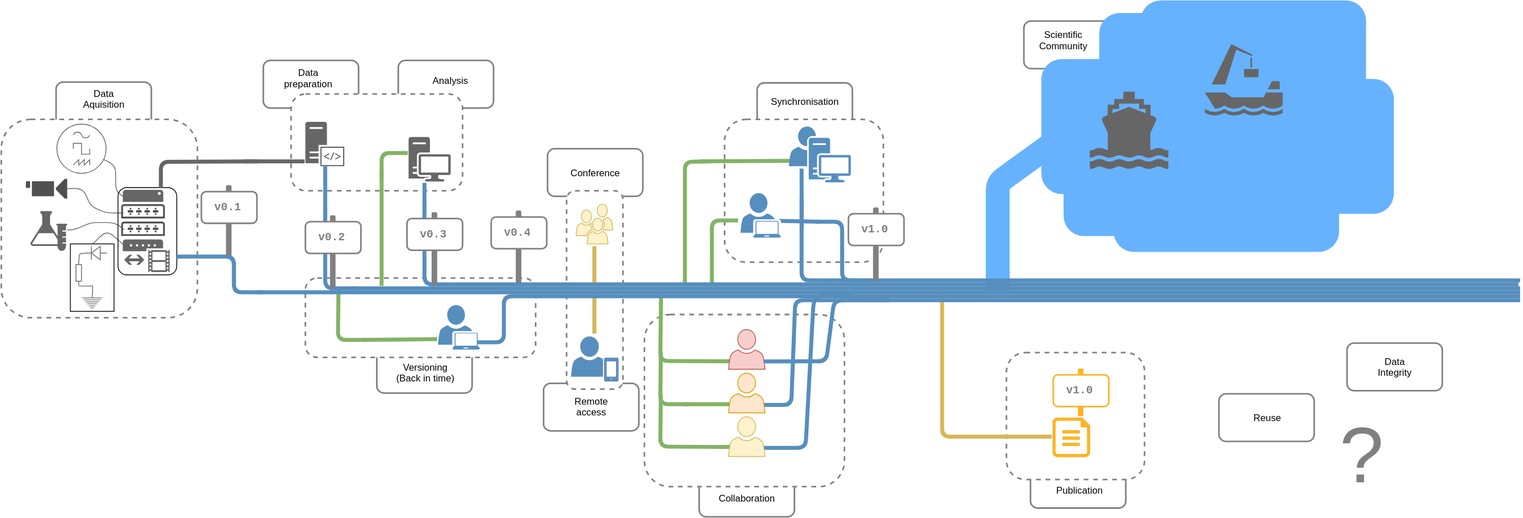
This is 201800_GIN_Paper/GIN_Data_Flow_DRAFT_03.svg from mpsonntag/prespost, a draw.io export, as it was before one commit. Source tidied: cells renumbered, new cells last; positions are measured from the earlier drawing's top-left corner, leaving out a move shared by most shapes.
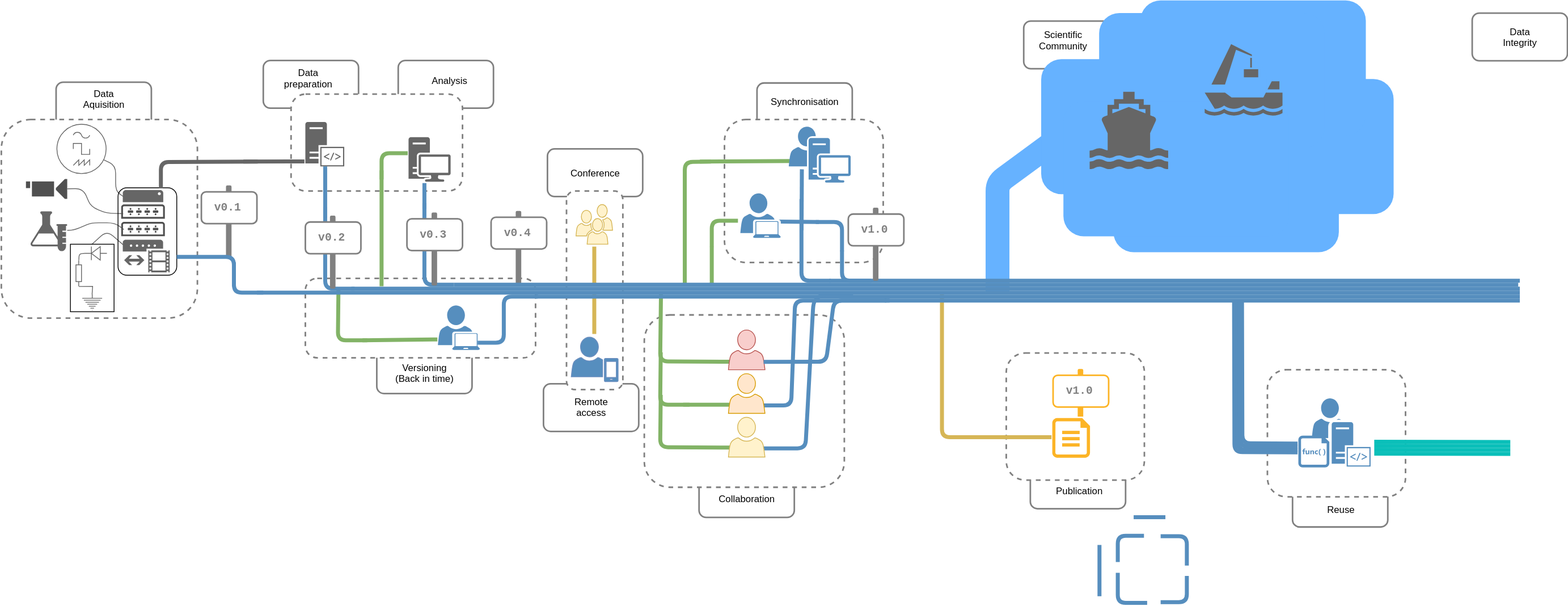
The same diagram one commit later.

Commit message:
201800 GIN v3 add Reuse

Diff of the diagram source:
```diff
@@ -2,6 +2,12 @@
   <root>
     <mxCell id="0" />
     <mxCell id="1" parent="0" />
+    <mxCell id="36" style="rounded=1;whiteSpace=wrap;html=1;strokeColor=#808080;strokeWidth=2;fillColor=none;gradientColor=none;" parent="1" vertex="1">
+      <mxGeometry x="1626.7" y="603" width="120" height="60" as="geometry" />
+    </mxCell>
+    <mxCell id="161" style="rounded=1;whiteSpace=wrap;html=1;dashed=1;strokeColor=#808080;strokeWidth=2;fillColor=#ffffff;gradientColor=none;fontSize=14;fontColor=#808080;" parent="1" vertex="1">
+      <mxGeometry x="1595" y="465" width="174" height="160" as="geometry" />
+    </mxCell>
     <mxCell id="2" style="rounded=1;whiteSpace=wrap;html=1;strokeColor=#808080;strokeWidth=2;fillColor=none;gradientColor=none;" parent="1" vertex="1">
       <mxGeometry x="1288" y="26" width="120" height="60" as="geometry" />
     </mxCell>
@@ -116,16 +122,13 @@
       <mxGeometry x="992" y="117" width="40" height="20" as="geometry" />
     </mxCell>
     <mxCell id="34" style="rounded=1;whiteSpace=wrap;html=1;strokeColor=#808080;strokeWidth=2;fillColor=none;gradientColor=none;" parent="1" vertex="1">
-      <mxGeometry x="1695" y="432" width="120" height="60" as="geometry" />
+      <mxGeometry x="1853" y="16" width="120" height="60" as="geometry" />
     </mxCell>
     <mxCell id="35" value="Data Integrity" style="text;html=1;strokeColor=none;fillColor=none;align=center;verticalAlign=middle;whiteSpace=wrap;rounded=0;" parent="1" vertex="1">
-      <mxGeometry x="1735" y="452" width="40" height="20" as="geometry" />
+      <mxGeometry x="1893" y="36" width="40" height="20" as="geometry" />
     </mxCell>
-    <mxCell id="36" style="rounded=1;whiteSpace=wrap;html=1;strokeColor=#808080;strokeWidth=2;fillColor=none;gradientColor=none;" parent="1" vertex="1">
-      <mxGeometry x="1533.7" y="496" width="120" height="60" as="geometry" />
-    </mxCell>
     <mxCell id="37" value="Reuse" style="text;html=1;strokeColor=none;fillColor=none;align=center;verticalAlign=middle;whiteSpace=wrap;rounded=0;" parent="1" vertex="1">
-      <mxGeometry x="1573.7" y="516" width="40" height="20" as="geometry" />
+      <mxGeometry x="1666.7" y="631" width="40" height="20" as="geometry" />
     </mxCell>
     <mxCell id="38" value="Data preparation" style="text;html=1;strokeColor=none;fillColor=none;align=center;verticalAlign=middle;whiteSpace=wrap;rounded=0;" parent="1" vertex="1">
       <mxGeometry x="367" y="88.7" width="40" height="20" as="geometry" />
@@ -543,7 +546,7 @@
         <mxPoint x="1030.1" y="279" as="targetPoint" />
       </mxGeometry>
     </mxCell>
-    <mxCell id="129" style="group;" parent="1" vertex="1">
+    <mxCell id="129" style="group;fillColor=none;" parent="1" vertex="1">
       <mxGeometry x="931" y="243" width="51" height="56" as="geometry" />
     </mxCell>
     <mxCell id="130" style="shadow=0;dashed=0;html=1;strokeColor=none;labelPosition=center;verticalLabelPosition=bottom;verticalAlign=top;shape=mxgraph.office.users.user;fillColor=#568EBE;" parent="129" vertex="1">
@@ -688,8 +691,129 @@
     <mxCell id="159" style="verticalLabelPosition=bottom;html=1;verticalAlign=top;strokeColor=none;fillColor=#FCB426;shape=mxgraph.azure.file;" parent="153" vertex="1">
       <mxGeometry x="1" y="1.8" width="47.5" height="50" as="geometry" />
     </mxCell>
-    <mxCell id="160" value="&lt;font style=&quot;font-size: 100px&quot;&gt;?&lt;/font&gt;" style="text;html=1;align=left;verticalAlign=top;spacingTop=-4;fontSize=14;fontColor=#808080;" parent="1" vertex="1">
-      <mxGeometry x="1684" y="510" width="70" height="50" as="geometry" />
-    </mxCell>
+    <mxCell id="162" style="shadow=0;dashed=0;html=1;strokeColor=none;labelPosition=center;verticalLabelPosition=bottom;verticalAlign=top;shape=mxgraph.office.users.user;fillColor=#568EBE;" parent="1" vertex="1">
+      <mxGeometry x="1651" y="501" width="46" height="50" as="geometry" />
+    </mxCell>
+    <mxCell id="163" style="endArrow=none;html=1;strokeColor=#568EBE;strokeWidth=5;" parent="1" edge="1">
+      <mxGeometry relative="1" as="geometry">
+        <mxPoint x="1426.5" y="650.6" as="sourcePoint" />
+        <mxPoint x="1466.5" y="650.6" as="targetPoint" />
+      </mxGeometry>
+    </mxCell>
+    <mxCell id="164" style="endArrow=none;html=1;strokeColor=#568EBE;strokeWidth=5;" parent="1" edge="1">
+      <mxGeometry relative="1" as="geometry">
+        <mxPoint x="1493.5" y="724.6" as="sourcePoint" />
+        <mxPoint x="1460.5" y="757.6" as="targetPoint" />
+        <Array as="points">
+          <mxPoint x="1493.5" y="757.6" />
+        </Array>
+      </mxGeometry>
+    </mxCell>
+    <mxCell id="165" style="endArrow=none;html=1;strokeColor=#568EBE;strokeWidth=5;" parent="1" edge="1">
+      <mxGeometry relative="1" as="geometry">
+        <mxPoint x="1493.5" y="711.6" as="sourcePoint" />
+        <mxPoint x="1460.5" y="674.6" as="targetPoint" />
+        <Array as="points">
+          <mxPoint x="1493.5" y="674.6" />
+          <mxPoint x="1460.5" y="674.6" />
+        </Array>
+      </mxGeometry>
+    </mxCell>
+    <mxCell id="166" style="endArrow=none;html=1;strokeColor=#568EBE;strokeWidth=5;" parent="1" edge="1">
+      <mxGeometry relative="1" as="geometry">
+        <mxPoint x="1443.5" y="758.6" as="sourcePoint" />
+        <mxPoint x="1406.5" y="720.6" as="targetPoint" />
+        <Array as="points">
+          <mxPoint x="1406.5" y="758.6" />
+        </Array>
+      </mxGeometry>
+    </mxCell>
+    <mxCell id="167" style="endArrow=none;html=1;strokeColor=#568EBE;strokeWidth=5;fillColor=#fff2cc;" parent="1" edge="1">
+      <mxGeometry relative="1" as="geometry">
+        <mxPoint x="1439.5" y="674.1" as="sourcePoint" />
+        <mxPoint x="1406.5" y="707.1" as="targetPoint" />
+        <Array as="points">
+          <mxPoint x="1406.5" y="674.1" />
+        </Array>
+      </mxGeometry>
+    </mxCell>
+    <mxCell id="168" style="endArrow=none;html=1;strokeColor=#568EBE;strokeWidth=5;fontSize=14;fontColor=#808080;" parent="1" edge="1">
+      <mxGeometry relative="1" as="geometry">
+        <mxPoint x="1383.4" y="750.2" as="sourcePoint" />
+        <mxPoint x="1383.4" y="685.6" as="targetPoint" />
+      </mxGeometry>
+    </mxCell>
+    <mxCell id="169" style="endArrow=none;html=1;strokeColor=#568EBE;strokeWidth=5;" parent="1" edge="1">
+      <mxGeometry relative="1" as="geometry">
+        <mxPoint x="1633" y="569" as="sourcePoint" />
+        <mxPoint x="1553" y="380" as="targetPoint" />
+        <Array as="points">
+          <mxPoint x="1553.5" y="568.6" />
+        </Array>
+      </mxGeometry>
+    </mxCell>
+    <mxCell id="170" style="endArrow=none;html=1;strokeColor=#568EBE;strokeWidth=5;" parent="1" edge="1">
+      <mxGeometry relative="1" as="geometry">
+        <mxPoint x="1633" y="566" as="sourcePoint" />
+        <mxPoint x="1557" y="380" as="targetPoint" />
+        <Array as="points">
+          <mxPoint x="1557.5" y="565.6" />
+        </Array>
+      </mxGeometry>
+    </mxCell>
+    <mxCell id="171" style="endArrow=none;html=1;strokeColor=#568EBE;strokeWidth=5;" parent="1" edge="1">
+      <mxGeometry relative="1" as="geometry">
+        <mxPoint x="1633" y="562" as="sourcePoint" />
+        <mxPoint x="1560" y="380" as="targetPoint" />
+        <Array as="points">
+          <mxPoint x="1560.5" y="561.6" />
+        </Array>
+      </mxGeometry>
+    </mxCell>
+    <mxCell id="172" style="endArrow=none;html=1;strokeColor=#568EBE;strokeWidth=5;" parent="1" edge="1">
+      <mxGeometry relative="1" as="geometry">
+        <mxPoint x="1633" y="558" as="sourcePoint" />
+        <mxPoint x="1563" y="380" as="targetPoint" />
+        <Array as="points">
+          <mxPoint x="1563.5" y="557.6" />
+        </Array>
+      </mxGeometry>
+    </mxCell>
+    <mxCell id="173" style="endArrow=none;html=1;strokeColor=#0ABFB9;strokeWidth=5;fillColor=#dae8fc;" parent="1" edge="1">
+      <mxGeometry relative="1" as="geometry">
+        <mxPoint x="1714.7" y="555.6" as="sourcePoint" />
+        <mxPoint x="1901" y="556" as="targetPoint" />
+      </mxGeometry>
+    </mxCell>
+    <mxCell id="174" style="endArrow=none;html=1;strokeColor=#0ABFB9;strokeWidth=5;fillColor=#dae8fc;" parent="1" edge="1">
+      <mxGeometry relative="1" as="geometry">
+        <mxPoint x="1714.7" y="560.6" as="sourcePoint" />
+        <mxPoint x="1901" y="561" as="targetPoint" />
+      </mxGeometry>
+    </mxCell>
+    <mxCell id="175" style="endArrow=none;html=1;strokeColor=#0ABFB9;strokeWidth=5;fillColor=#dae8fc;" parent="1" edge="1">
+      <mxGeometry relative="1" as="geometry">
+        <mxPoint x="1714.7" y="565.6" as="sourcePoint" />
+        <mxPoint x="1901" y="566" as="targetPoint" />
+      </mxGeometry>
+    </mxCell>
+    <mxCell id="176" style="endArrow=none;html=1;strokeColor=#0ABFB9;strokeWidth=5;fillColor=#dae8fc;" parent="1" edge="1">
+      <mxGeometry relative="1" as="geometry">
+        <mxPoint x="1714.7" y="570.6" as="sourcePoint" />
+        <mxPoint x="1901" y="571" as="targetPoint" />
+      </mxGeometry>
+    </mxCell>
+    <mxCell id="177" style="group;" parent="1" vertex="1">
+      <mxGeometry x="1639.6" y="529" width="90" height="60" as="geometry" />
+    </mxCell>
+    <mxCell id="178" style="rounded=1;whiteSpace=wrap;html=1;shadow=0;strokeColor=none;strokeWidth=1;fillColor=#ffffff;gradientColor=none;fontSize=14;fontColor=#808080;" parent="177" vertex="1">
+      <mxGeometry x="32" y="-1" width="58" height="60" as="geometry" />
+    </mxCell>
+    <mxCell id="179" style="shadow=0;dashed=0;html=1;strokeColor=none;shape=mxgraph.mscae.enterprise.code_file;fillColor=#568EBE;" parent="177" vertex="1">
+      <mxGeometry x="-5.6" y="19" width="39" height="40" as="geometry" />
+    </mxCell>
+    <mxCell id="180" style="shadow=0;dashed=0;html=1;strokeColor=none;fillColor=#568EBE;labelPosition=center;verticalLabelPosition=bottom;verticalAlign=top;shape=mxgraph.office.servers.server_side_code;" parent="177" vertex="1">
+      <mxGeometry x="36.4" y="2" width="49" height="56" as="geometry" />
+    </mxCell>
   </root>
 </mxGraphModel>
```
